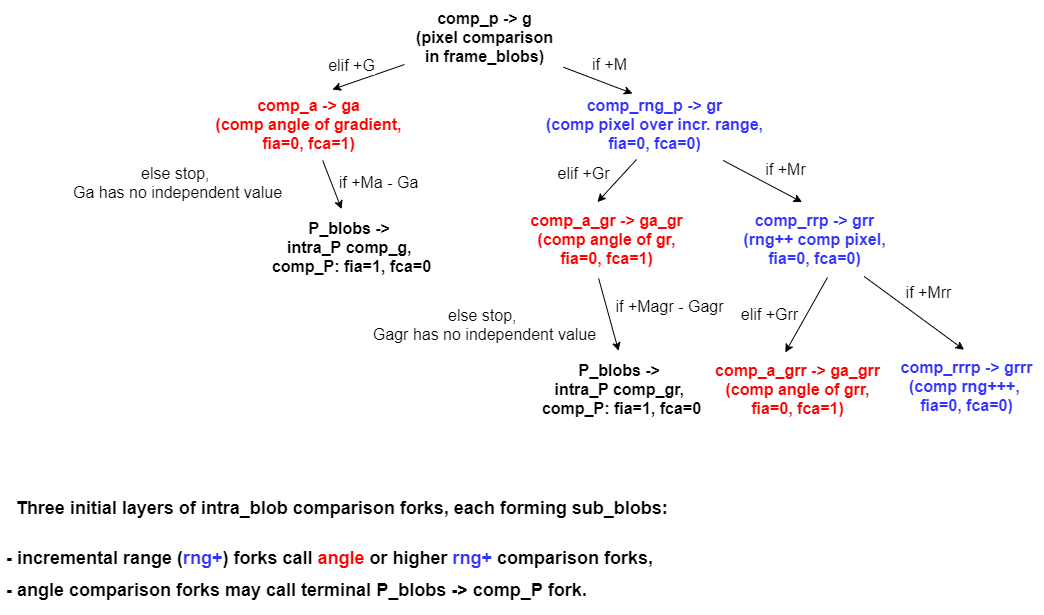
The draw.io diagram frame_2D_alg/Illustrations/intra_blob_scheme.png in boris-kz/CogAlg, before a commit. Source tidied: cells renumbered, new cells last; positions are measured from the earlier drawing's top-left corner, leaving out a move shared by most shapes.
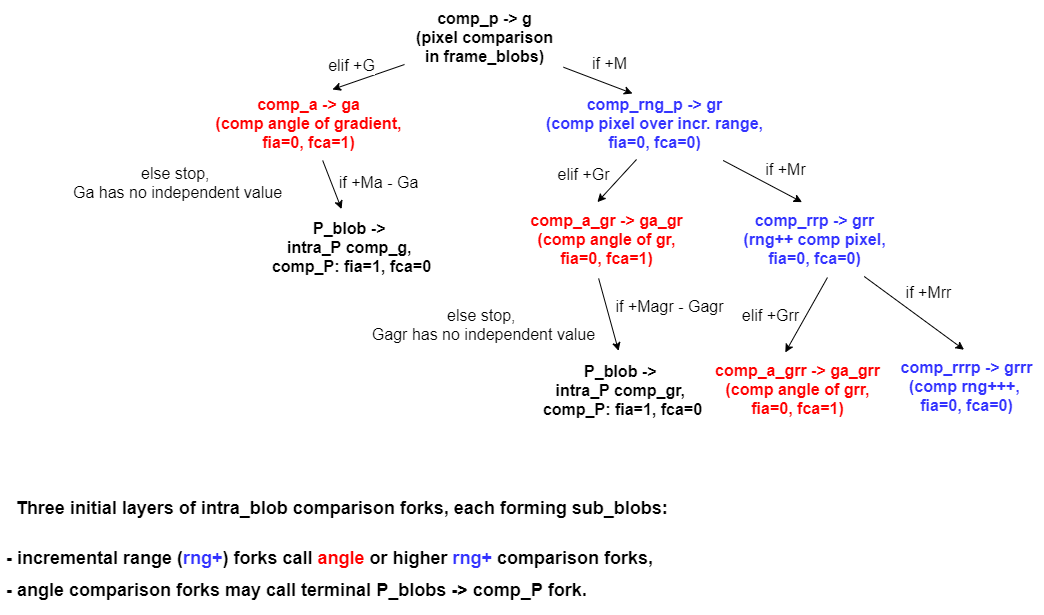
After the commit.

Change to the diagram source:
```diff
@@ -27,7 +27,7 @@
     <mxCell id="8" style="endArrow=classic;html=1;strokeWidth=1;fontSize=16;fontColor=#000000;spacing=6;entryX=0.448;entryY=-0.019;entryDx=0;entryDy=0;entryPerimeter=0;" parent="1" edge="1" source="7" target="9">
       <mxGeometry relative="1" as="geometry" />
     </mxCell>
-    <mxCell id="9" value="&lt;b style=&quot;font-size: 16px&quot;&gt;&lt;font style=&quot;font-size: 16px&quot;&gt;&lt;span style=&quot;font-size: 16px ; background-color: rgb(255 , 255 , 255)&quot;&gt;P_blobs -&amp;gt; &lt;br&gt;intra_P comp_g,&amp;nbsp;&lt;br&gt;comp_P: fia=1, fca=0&lt;/span&gt;&lt;br style=&quot;font-size: 16px&quot;&gt;&lt;/font&gt;&lt;/b&gt;" style="text;html=1;align=center;verticalAlign=middle;points=[];strokeWidth=1;fontSize=16;fontColor=#000000;spacing=6;" parent="1" vertex="1">
+    <mxCell id="9" value="&lt;b style=&quot;font-size: 16px&quot;&gt;&lt;font style=&quot;font-size: 16px&quot;&gt;&lt;span style=&quot;font-size: 16px ; background-color: rgb(255 , 255 , 255)&quot;&gt;P_blob -&amp;gt; &lt;br&gt;intra_P comp_g,&amp;nbsp;&lt;br&gt;comp_P: fia=1, fca=0&lt;/span&gt;&lt;br style=&quot;font-size: 16px&quot;&gt;&lt;/font&gt;&lt;/b&gt;" style="text;html=1;align=center;verticalAlign=middle;points=[];strokeWidth=1;fontSize=16;fontColor=#000000;spacing=6;" parent="1" vertex="1">
       <mxGeometry x="260" y="210" width="181" height="73" as="geometry" />
     </mxCell>
     <mxCell id="10" style="endArrow=classic;html=1;strokeWidth=1;fontSize=16;fontColor=#000000;spacing=6;entryX=0.451;entryY=-0.019;entryDx=0;entryDy=0;entryPerimeter=0;exitX=0.427;exitY=0.986;exitDx=0;exitDy=0;exitPerimeter=0;" parent="1" edge="1" source="6" target="11">
@@ -51,7 +51,7 @@
     <mxCell id="16" style="endArrow=classic;html=1;strokeWidth=1;fontSize=16;fontColor=#000000;spacing=6;entryX=0.432;entryY=-0.007;entryDx=0;entryDy=0;entryPerimeter=0;exitX=0.579;exitY=1.014;exitDx=0;exitDy=0;exitPerimeter=0;" parent="1" edge="1" source="13" target="18">
       <mxGeometry relative="1" as="geometry" />
     </mxCell>
-    <mxCell id="17" value="&lt;b&gt;&lt;span style=&quot;background-color: rgb(255 , 255 , 255)&quot;&gt;P_blobs -&amp;gt;&amp;nbsp;&lt;br&gt;&lt;/span&gt;&lt;/b&gt;&lt;b&gt;&lt;span style=&quot;background-color: rgb(255 , 255 , 255)&quot;&gt;intra_P&amp;nbsp;&lt;/span&gt;&lt;/b&gt;&lt;b&gt;&lt;span style=&quot;background-color: rgb(255 , 255 , 255)&quot;&gt;comp_gr,&amp;nbsp;&lt;br&gt;comp_P&lt;/span&gt;&lt;/b&gt;&lt;b&gt;&lt;span style=&quot;background-color: rgb(255 , 255 , 255)&quot;&gt;: fia=1, fca=0&lt;/span&gt;&lt;/b&gt;&lt;b style=&quot;font-size: 16px&quot;&gt;&lt;font style=&quot;font-size: 16px&quot;&gt;&lt;br style=&quot;font-size: 16px&quot;&gt;&lt;/font&gt;&lt;/b&gt;" style="text;html=1;align=center;verticalAlign=middle;points=[];strokeWidth=1;fontSize=16;fontColor=#000000;spacing=6;" parent="1" vertex="1">
+    <mxCell id="17" value="&lt;b&gt;&lt;span style=&quot;background-color: rgb(255 , 255 , 255)&quot;&gt;P_blob -&amp;gt;&amp;nbsp;&lt;br&gt;&lt;/span&gt;&lt;/b&gt;&lt;b&gt;&lt;span style=&quot;background-color: rgb(255 , 255 , 255)&quot;&gt;intra_P&amp;nbsp;&lt;/span&gt;&lt;/b&gt;&lt;b&gt;&lt;span style=&quot;background-color: rgb(255 , 255 , 255)&quot;&gt;comp_gr,&amp;nbsp;&lt;br&gt;comp_P&lt;/span&gt;&lt;/b&gt;&lt;b&gt;&lt;span style=&quot;background-color: rgb(255 , 255 , 255)&quot;&gt;: fia=1, fca=0&lt;/span&gt;&lt;/b&gt;&lt;b style=&quot;font-size: 16px&quot;&gt;&lt;font style=&quot;font-size: 16px&quot;&gt;&lt;br style=&quot;font-size: 16px&quot;&gt;&lt;/font&gt;&lt;/b&gt;" style="text;html=1;align=center;verticalAlign=middle;points=[];strokeWidth=1;fontSize=16;fontColor=#000000;spacing=6;" parent="1" vertex="1">
       <mxGeometry x="531" y="353" width="181" height="73" as="geometry" />
     </mxCell>
     <mxCell id="18" value="&lt;b style=&quot;font-size: 16px&quot;&gt;&lt;font style=&quot;font-size: 16px&quot;&gt;&lt;span style=&quot;font-size: 16px ; background-color: rgb(255 , 255 , 255)&quot;&gt;&lt;font color=&quot;#ff0000&quot;&gt;comp_a_grr&amp;nbsp;-&amp;gt; ga_grr&lt;br style=&quot;font-size: 16px&quot;&gt;(comp angle of grr,&lt;br&gt;fia=0, fca=1)&lt;/font&gt;&lt;/span&gt;&lt;br style=&quot;font-size: 16px&quot;&gt;&lt;/font&gt;&lt;/b&gt;" style="text;html=1;align=center;verticalAlign=middle;points=[];strokeWidth=1;fontSize=16;fontColor=#000000;spacing=6;spacingTop=0;" parent="1" vertex="1">
```
